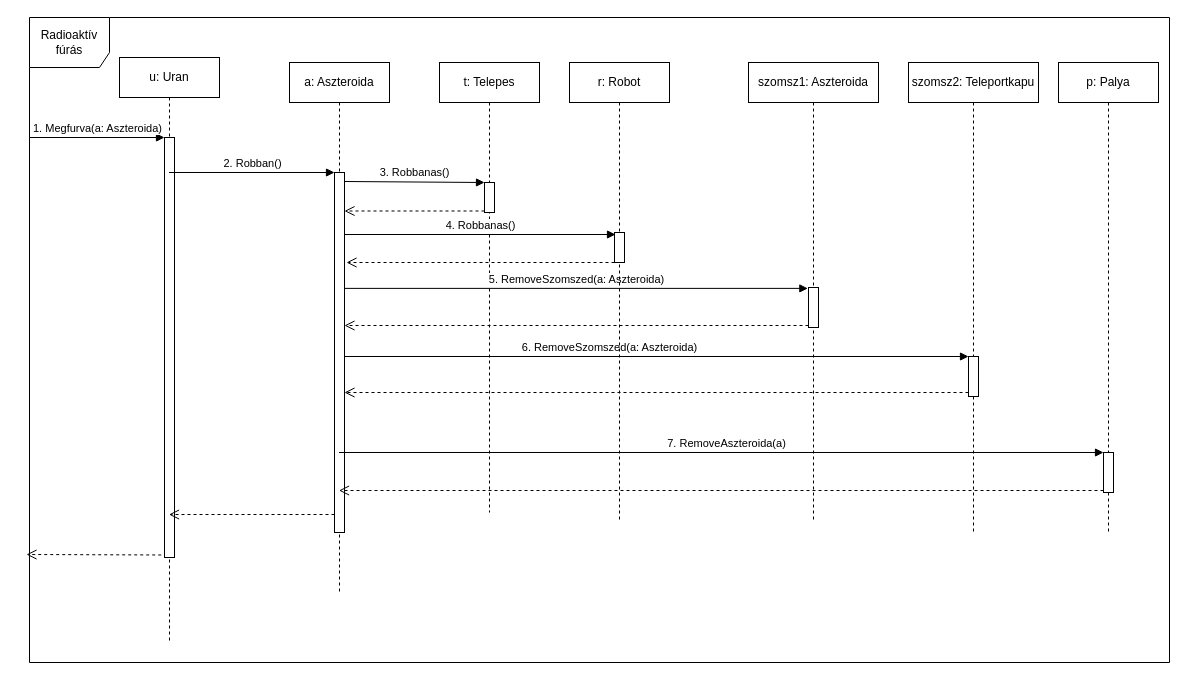
This is page "aszteroida robban" (2 of 5) of doc/szekvencia/szek_UranLerak.drawio from torpeBoiGo/aszteroidabanyaszat, a draw.io file, before an edit. Source tidied: cells renumbered, new cells numbered last; positions are measured from the earlier drawing's top-left corner, leaving out a move shared by most shapes. Both pictures are drawn from the tidied source at 100%, with x=0, y=0 at pixel (26, 17).
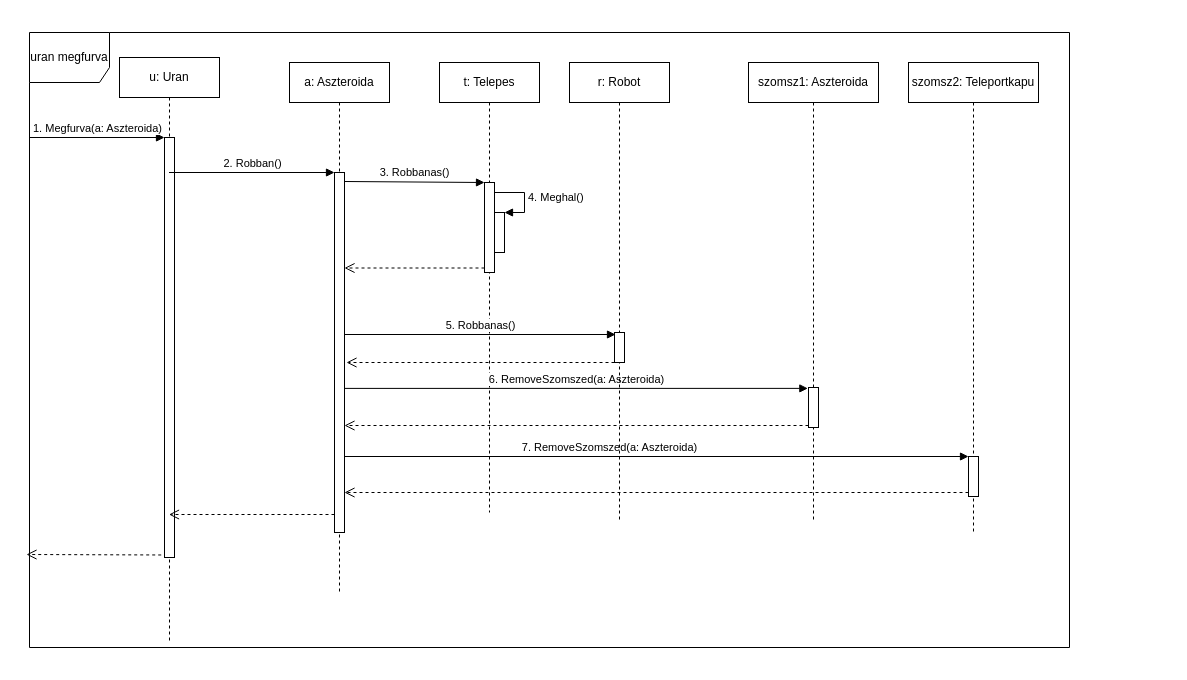
After the change.

Commit message (it also covers changes not shown here):
Update szek_UranLerak.drawio: robot robbannal valtozo atnevezes, telepes meghal a megfurva diagrammon, palya torlese

The change refers to these unchanged cells:
```xml
<mxCell id="6" value="a: Aszteroida" style="shape=umlLifeline;perimeter=lifelinePerimeter;whiteSpace=wrap;html=1;outlineConnect=0;" parent="1" vertex="1">
  <mxGeometry x="263" y="45" width="100" height="530" as="geometry" />
</mxCell>
<mxCell id="7" style="html=1;points=[];perimeter=orthogonalPerimeter;" parent="6" vertex="1">
  <mxGeometry x="45" y="110" width="10" height="360" as="geometry" />
</mxCell>
<mxCell id="10" value="t: Telepes" style="shape=umlLifeline;perimeter=lifelinePerimeter;whiteSpace=wrap;html=1;" parent="1" vertex="1">
  <mxGeometry x="413" y="45" width="100" height="450" as="geometry" />
</mxCell>
<mxCell id="20" value="szomsz2: Teleportkapu" style="shape=umlLifeline;perimeter=lifelinePerimeter;whiteSpace=wrap;html=1;" parent="1" vertex="1">
  <mxGeometry x="882" y="45" width="130" height="470" as="geometry" />
</mxCell>
<mxCell id="22" value="szomsz1: Aszteroida" style="shape=umlLifeline;perimeter=lifelinePerimeter;whiteSpace=wrap;html=1;" parent="1" vertex="1">
  <mxGeometry x="722" y="45" width="130" height="460" as="geometry" />
</mxCell>
<mxCell id="27" value="r: Robot" style="shape=umlLifeline;perimeter=lifelinePerimeter;whiteSpace=wrap;html=1;" parent="1" vertex="1">
  <mxGeometry x="543" y="45" width="100" height="460" as="geometry" />
</mxCell>
```

The edit, as a diff of the source:
```diff
@@
-    <mxCell id="2" value="Radioaktív&lt;br&gt;fúrás" style="shape=umlFrame;whiteSpace=wrap;html=1;width=80;height=50;" parent="1" vertex="1">
-      <mxGeometry x="3" width="1140" height="645" as="geometry" />
+    <mxCell id="2" value="uran megfurva" style="shape=umlFrame;whiteSpace=wrap;html=1;width=80;height=50;" parent="1" vertex="1">
+      <mxGeometry x="3" y="15" width="1040" height="615" as="geometry" />
     </mxCell>
@@
     <mxCell id="11" style="html=1;points=[];perimeter=orthogonalPerimeter;" parent="10" vertex="1">
-      <mxGeometry x="45" y="120" width="10" height="30" as="geometry" />
+      <mxGeometry x="45" y="120" width="10" height="90" as="geometry" />
     </mxCell>
-    <mxCell id="12" value="p: Palya" style="shape=umlLifeline;perimeter=lifelinePerimeter;whiteSpace=wrap;html=1;" parent="1" vertex="1">
-      <mxGeometry x="1032" y="45" width="100" height="470" as="geometry" />
-    </mxCell>
-    <mxCell id="13" style="html=1;points=[];perimeter=orthogonalPerimeter;" parent="12" vertex="1">
-      <mxGeometry x="45" y="390" width="10" height="40" as="geometry" />
-    </mxCell>
+    <mxCell id="31" style="html=1;points=[];perimeter=orthogonalPerimeter;" parent="10" vertex="1">
+      <mxGeometry x="55" y="150" width="10" height="40" as="geometry" />
+    </mxCell>
+    <mxCell id="32" value="4. Meghal()" style="edgeStyle=orthogonalEdgeStyle;html=1;align=left;spacingLeft=2;endArrow=block;rounded=0;entryX=1;entryY=0;" parent="10" edge="1" target="31">
+      <mxGeometry relative="1" as="geometry">
+        <mxPoint x="55" y="130" as="sourcePoint" />
+        <Array as="points">
+          <mxPoint x="85" y="130" />
+        </Array>
+      </mxGeometry>
+    </mxCell>
@@
-    <mxCell id="16" value="7. RemoveAszteroida(a)" style="html=1;verticalAlign=bottom;endArrow=block;entryX=0;entryY=0;" parent="1" edge="1" source="6" target="13">
-      <mxGeometry x="0.01" relative="1" as="geometry">
-        <mxPoint x="1" as="offset" />
-      </mxGeometry>
-    </mxCell>
-    <mxCell id="17" style="html=1;verticalAlign=bottom;endArrow=open;dashed=1;endSize=8;exitX=0;exitY=0.95;" parent="1" edge="1" source="13" target="6">
-      <mxGeometry relative="1" as="geometry" />
-    </mxCell>
-    <mxCell id="18" value="6. RemoveSzomszed(a: Aszteroida)" style="html=1;verticalAlign=bottom;endArrow=block;" parent="1" edge="1" source="7" target="21">
-      <mxGeometry x="-0.15" relative="1" as="geometry" />
+    <mxCell id="18" value="7. RemoveSzomszed(a: Aszteroida)" style="html=1;verticalAlign=bottom;endArrow=block;" parent="1" edge="1" target="21">
+      <mxGeometry x="-0.15" relative="1" as="geometry">
+        <mxPoint x="318" y="439" as="sourcePoint" />
+      </mxGeometry>
     </mxCell>
-    <mxCell id="19" style="html=1;verticalAlign=bottom;endArrow=open;dashed=1;endSize=8;exitX=0;exitY=0.95;" parent="1" edge="1" source="23" target="7">
-      <mxGeometry relative="1" as="geometry" />
+    <mxCell id="19" style="html=1;verticalAlign=bottom;endArrow=open;dashed=1;endSize=8;exitX=0;exitY=0.95;" parent="1" edge="1" source="23">
+      <mxGeometry relative="1" as="geometry">
+        <mxPoint x="318" y="408" as="targetPoint" />
+      </mxGeometry>
     </mxCell>
@@
     <mxCell id="21" style="html=1;points=[];perimeter=orthogonalPerimeter;" parent="20" vertex="1">
-      <mxGeometry x="60" y="294" width="10" height="40" as="geometry" />
+      <mxGeometry x="60" y="394" width="10" height="40" as="geometry" />
     </mxCell>
@@
     <mxCell id="23" style="html=1;points=[];perimeter=orthogonalPerimeter;" parent="22" vertex="1">
-      <mxGeometry x="60" y="225" width="10" height="40" as="geometry" />
+      <mxGeometry x="60" y="325" width="10" height="40" as="geometry" />
     </mxCell>
@@
-    <mxCell id="25" value="5. RemoveSzomszed(a: Aszteroida)" style="html=1;verticalAlign=bottom;endArrow=block;entryX=-0.066;entryY=0.022;entryDx=0;entryDy=0;entryPerimeter=0;" parent="1" edge="1" source="7" target="23">
-      <mxGeometry relative="1" as="geometry" />
+    <mxCell id="25" value="6. RemoveSzomszed(a: Aszteroida)" style="html=1;verticalAlign=bottom;endArrow=block;entryX=-0.066;entryY=0.022;entryDx=0;entryDy=0;entryPerimeter=0;" parent="1" edge="1" target="23">
+      <mxGeometry relative="1" as="geometry">
+        <mxPoint x="318" y="370.9" as="sourcePoint" />
+      </mxGeometry>
     </mxCell>
-    <mxCell id="26" style="html=1;verticalAlign=bottom;endArrow=open;dashed=1;endSize=8;" parent="1" edge="1" source="21" target="7">
+    <mxCell id="26" style="html=1;verticalAlign=bottom;endArrow=open;dashed=1;endSize=8;" parent="1" edge="1" source="21">
       <mxGeometry relative="1" as="geometry">
+        <mxPoint x="318" y="475" as="targetPoint" />
         <Array as="points">
-          <mxPoint x="713" y="375" />
+          <mxPoint x="713" y="475" />
         </Array>
       </mxGeometry>
     </mxCell>
@@
     <mxCell id="28" style="html=1;points=[];perimeter=orthogonalPerimeter;" parent="27" vertex="1">
-      <mxGeometry x="45" y="170" width="10" height="30" as="geometry" />
+      <mxGeometry x="45" y="270" width="10" height="30" as="geometry" />
     </mxCell>
-    <mxCell id="29" value="4. Robbanas()" style="html=1;verticalAlign=bottom;endArrow=block;entryX=0.1;entryY=0.067;entryDx=0;entryDy=0;entryPerimeter=0;" parent="1" edge="1" source="7" target="28">
-      <mxGeometry relative="1" as="geometry" />
+    <mxCell id="29" value="5. Robbanas()" style="html=1;verticalAlign=bottom;endArrow=block;entryX=0.1;entryY=0.067;entryDx=0;entryDy=0;entryPerimeter=0;" parent="1" edge="1" target="28">
+      <mxGeometry relative="1" as="geometry">
+        <mxPoint x="318" y="317" as="sourcePoint" />
+      </mxGeometry>
     </mxCell>
-    <mxCell id="30" style="html=1;verticalAlign=bottom;endArrow=open;dashed=1;endSize=8;entryX=1.2;entryY=0.25;entryDx=0;entryDy=0;entryPerimeter=0;" parent="1" edge="1" source="28" target="7">
-      <mxGeometry relative="1" as="geometry" />
+    <mxCell id="30" style="html=1;verticalAlign=bottom;endArrow=open;dashed=1;endSize=8;entryX=1.2;entryY=0.25;entryDx=0;entryDy=0;entryPerimeter=0;" parent="1" edge="1" source="28">
+      <mxGeometry relative="1" as="geometry">
+        <mxPoint x="320" y="345" as="targetPoint" />
+      </mxGeometry>
     </mxCell>
```
